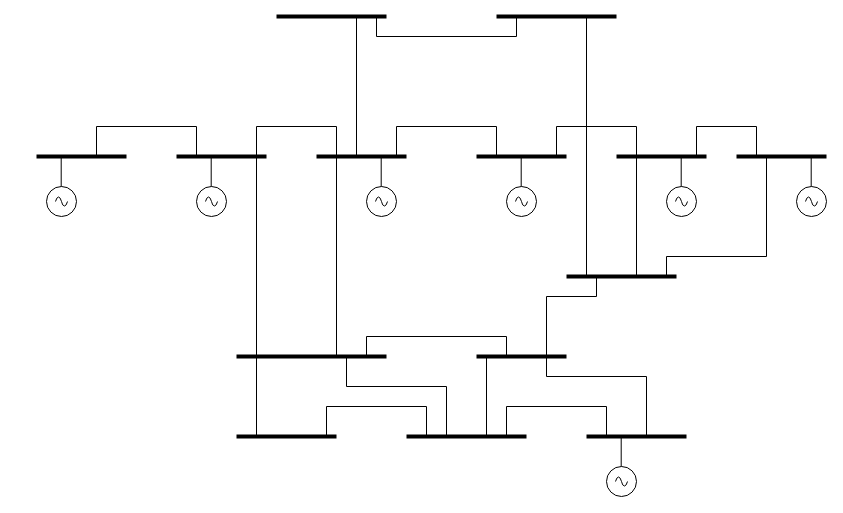
Above: Untitled Diagram.drawio in sdahewar/Final-Year-Project (draw.io), before the change. Source tidied: cells renumbered, new cells numbered last; positions are measured from the earlier drawing's top-left corner, leaving out a move shared by most shapes. Both pictures are drawn from the tidied source at 100%, with x=0, y=0 at pixel (36, 16).
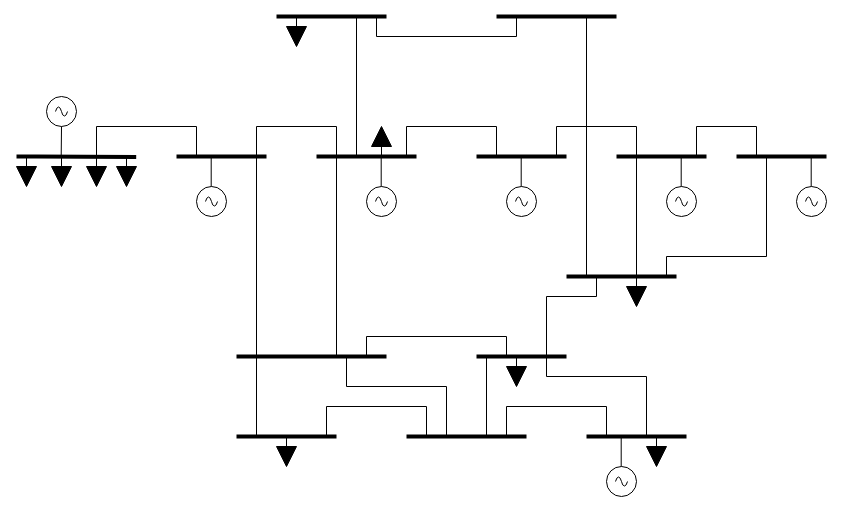
Above is the later version.

What changed in the source:
```diff
@@
-    <mxCell id="5" style="endArrow=none;html=1;rounded=0;strokeWidth=4;" parent="1" edge="1">
+    <mxCell id="5" style="endArrow=none;html=1;rounded=0;strokeWidth=4;entryX=0.323;entryY=0.012;entryDx=0;entryDy=0;entryPerimeter=0;" parent="1" edge="1">
       <mxGeometry relative="1" as="geometry">
         <mxPoint y="140" as="sourcePoint" />
-        <mxPoint x="90" y="140" as="targetPoint" />
+        <mxPoint x="99.7" y="140.5" as="targetPoint" />
         <Array as="points">
+          <mxPoint x="-20" y="140" />
           <mxPoint y="140" />
         </Array>
       </mxGeometry>
     </mxCell>
     <mxCell id="6" style="endArrow=none;html=1;rounded=0;strokeWidth=4;" parent="1" edge="1">
       <mxGeometry relative="1" as="geometry">
         <mxPoint x="280" y="140" as="sourcePoint" />
-        <mxPoint x="370" y="140" as="targetPoint" />
+        <mxPoint x="380" y="140" as="targetPoint" />
       </mxGeometry>
     </mxCell>
@@
     <mxCell id="44" style="endArrow=none;html=1;strokeWidth=1;rounded=0;" parent="1" edge="1">
       <mxGeometry relative="1" as="geometry">
-        <mxPoint x="360" y="110" as="sourcePoint" />
+        <mxPoint x="370" y="110" as="sourcePoint" />
         <mxPoint x="460" y="110" as="targetPoint" />
       </mxGeometry>
     </mxCell>
     <mxCell id="45" style="endArrow=none;html=1;strokeWidth=1;rounded=0;" parent="1" edge="1">
       <mxGeometry relative="1" as="geometry">
-        <mxPoint x="360" y="140" as="sourcePoint" />
-        <mxPoint x="360" y="110" as="targetPoint" />
+        <mxPoint x="370" y="140" as="sourcePoint" />
+        <mxPoint x="370" y="110" as="targetPoint" />
       </mxGeometry>
     </mxCell>
@@
     <mxCell id="62" style="verticalLabelPosition=bottom;shadow=0;dashed=0;align=center;html=1;verticalAlign=top;shape=mxgraph.electrical.signal_sources.source;points=[[0.5,0,0],[1,0.5,0],[0.5,1,0],[0,0.5,0]];elSignalType=ac;" parent="1" vertex="1">
-      <mxGeometry x="10" y="170" width="30" height="30" as="geometry" />
+      <mxGeometry x="10" y="80" width="30" height="30" as="geometry" />
     </mxCell>
@@
-    <mxCell id="69" style="endArrow=none;html=1;strokeWidth=1;rounded=0;" parent="1" edge="1">
+    <mxCell id="69" style="endArrow=none;html=1;strokeWidth=1;rounded=0;exitX=0.5;exitY=1;exitDx=0;exitDy=0;exitPerimeter=0;" parent="1" edge="1" source="62">
       <mxGeometry relative="1" as="geometry">
-        <mxPoint x="24.7" y="170" as="sourcePoint" />
         <mxPoint x="24.7" y="140" as="targetPoint" />
       </mxGeometry>
     </mxCell>
@@
+    <mxCell id="76" style="verticalLabelPosition=bottom;shadow=0;dashed=0;align=center;html=1;verticalAlign=top;shape=mxgraph.electrical.signal_sources.signal_ground;direction=east;fillColor=#000000;" parent="1" vertex="1">
+      <mxGeometry x="250" width="20" height="30" as="geometry" />
+    </mxCell>
+    <mxCell id="77" style="verticalLabelPosition=bottom;shadow=0;dashed=0;align=center;html=1;verticalAlign=top;shape=mxgraph.electrical.signal_sources.signal_ground;direction=west;fillColor=#000000;" parent="1" vertex="1">
+      <mxGeometry x="335" y="110" width="20" height="30" as="geometry" />
+    </mxCell>
+    <mxCell id="78" style="verticalLabelPosition=bottom;shadow=0;dashed=0;align=center;html=1;verticalAlign=top;shape=mxgraph.electrical.signal_sources.signal_ground;direction=east;fillColor=#000000;" parent="1" vertex="1">
+      <mxGeometry x="590" y="260" width="20" height="30" as="geometry" />
+    </mxCell>
+    <mxCell id="79" style="verticalLabelPosition=bottom;shadow=0;dashed=0;align=center;html=1;verticalAlign=top;shape=mxgraph.electrical.signal_sources.signal_ground;direction=east;fillColor=#000000;" parent="1" vertex="1">
+      <mxGeometry x="470" y="340" width="20" height="30" as="geometry" />
+    </mxCell>
+    <mxCell id="80" style="verticalLabelPosition=bottom;shadow=0;dashed=0;align=center;html=1;verticalAlign=top;shape=mxgraph.electrical.signal_sources.signal_ground;direction=east;fillColor=#000000;" parent="1" vertex="1">
+      <mxGeometry x="240" y="420" width="20" height="30" as="geometry" />
+    </mxCell>
+    <mxCell id="81" style="verticalLabelPosition=bottom;shadow=0;dashed=0;align=center;html=1;verticalAlign=top;shape=mxgraph.electrical.signal_sources.signal_ground;direction=east;fillColor=#000000;" parent="1" vertex="1">
+      <mxGeometry x="610" y="420" width="20" height="30" as="geometry" />
+    </mxCell>
+    <mxCell id="82" style="verticalLabelPosition=bottom;shadow=0;dashed=0;align=center;html=1;verticalAlign=top;shape=mxgraph.electrical.signal_sources.signal_ground;direction=east;fillColor=#000000;" parent="1" vertex="1">
+      <mxGeometry x="-20" y="140" width="20" height="30" as="geometry" />
+    </mxCell>
+    <mxCell id="83" style="verticalLabelPosition=bottom;shadow=0;dashed=0;align=center;html=1;verticalAlign=top;shape=mxgraph.electrical.signal_sources.signal_ground;direction=east;fillColor=#000000;" parent="1" vertex="1">
+      <mxGeometry x="15" y="140" width="20" height="30" as="geometry" />
+    </mxCell>
+    <mxCell id="84" style="verticalLabelPosition=bottom;shadow=0;dashed=0;align=center;html=1;verticalAlign=top;shape=mxgraph.electrical.signal_sources.signal_ground;direction=east;fillColor=#000000;" parent="1" vertex="1">
+      <mxGeometry x="50" y="140" width="20" height="30" as="geometry" />
+    </mxCell>
+    <mxCell id="85" style="verticalLabelPosition=bottom;shadow=0;dashed=0;align=center;html=1;verticalAlign=top;shape=mxgraph.electrical.signal_sources.signal_ground;direction=east;fillColor=#000000;" parent="1" vertex="1">
+      <mxGeometry x="80" y="140" width="20" height="30" as="geometry" />
+    </mxCell>
```
